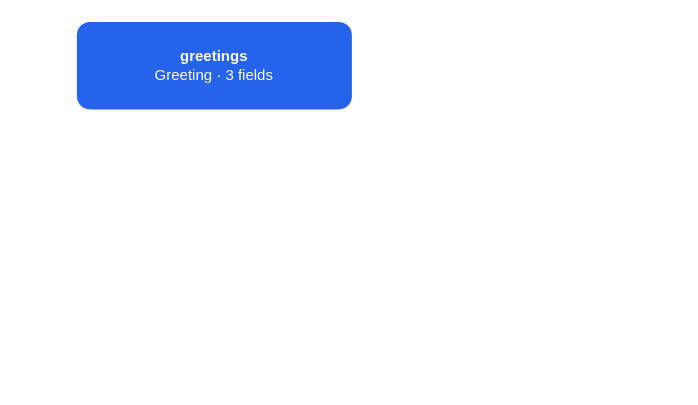
This is spec/erd/generated/erd.drawio from einmalik1/helloworld, a draw.io file, before an edit. Source tidied: cells renumbered, new cells numbered last; positions are measured from the earlier drawing's top-left corner, leaving out a move shared by most shapes. Both pictures are drawn from the tidied source at 125%, with x=0, y=0 at pixel (76, 21).
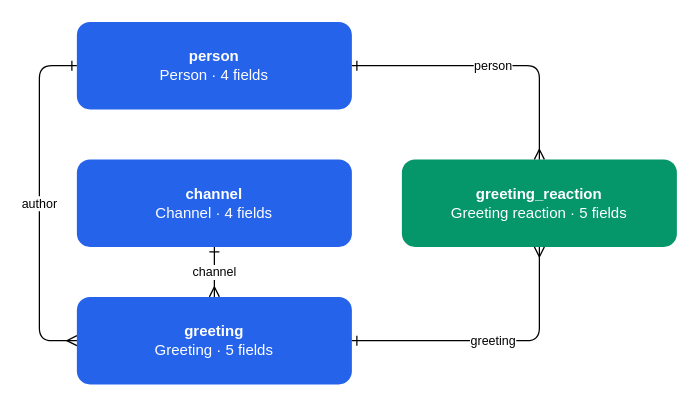
The same page after the edit.

The edit, as a diff of the source:
```diff
@@
 <mxGraphModel>
   <root>
     <mxCell id="0" />
     <mxCell id="1" parent="0" />
-    <mxCell id="2" value="&lt;b&gt;greetings&lt;/b&gt;&lt;br&gt;Greeting · 3 fields" style="rounded=1;whiteSpace=wrap;html=1;fillColor=#2563eb;fontColor=#ffffff;strokeColor=none;" parent="1" vertex="1">
+    <mxCell id="2" value="&lt;b&gt;person&lt;/b&gt;&lt;br&gt;Person · 4 fields" style="rounded=1;whiteSpace=wrap;html=1;fillColor=#2563eb;fontColor=#ffffff;strokeColor=none;" parent="1" vertex="1">
       <mxGeometry width="220" height="70" as="geometry" />
     </mxCell>
+    <mxCell id="3" value="&lt;b&gt;channel&lt;/b&gt;&lt;br&gt;Channel · 4 fields" style="rounded=1;whiteSpace=wrap;html=1;fillColor=#2563eb;fontColor=#ffffff;strokeColor=none;" parent="1" vertex="1">
+      <mxGeometry y="110" width="220" height="70" as="geometry" />
+    </mxCell>
+    <mxCell id="4" value="&lt;b&gt;greeting&lt;/b&gt;&lt;br&gt;Greeting · 5 fields" style="rounded=1;whiteSpace=wrap;html=1;fillColor=#2563eb;fontColor=#ffffff;strokeColor=none;" parent="1" vertex="1">
+      <mxGeometry y="220" width="220" height="70" as="geometry" />
+    </mxCell>
+    <mxCell id="5" value="&lt;b&gt;greeting_reaction&lt;/b&gt;&lt;br&gt;Greeting reaction · 5 fields" style="rounded=1;whiteSpace=wrap;html=1;fillColor=#059669;fontColor=#ffffff;strokeColor=none;" parent="1" vertex="1">
+      <mxGeometry x="260" y="110" width="220" height="70" as="geometry" />
+    </mxCell>
+    <mxCell id="6" value="author" style="edgeStyle=orthogonalEdgeStyle;rounded=1;html=1;fontSize=10;labelBackgroundColor=#ffffff;startArrow=ERone;startFill=0;endArrow=ERmany;endFill=0;" parent="1" edge="1" source="2" target="4">
+      <mxGeometry relative="1" as="geometry">
+        <Array as="points">
+          <mxPoint x="-30" y="35" />
+          <mxPoint x="-30" y="255" />
+        </Array>
+      </mxGeometry>
+    </mxCell>
+    <mxCell id="7" value="channel" style="edgeStyle=orthogonalEdgeStyle;rounded=1;html=1;fontSize=10;labelBackgroundColor=#ffffff;startArrow=ERone;startFill=0;endArrow=ERmany;endFill=0;" parent="1" edge="1" source="3" target="4">
+      <mxGeometry relative="1" as="geometry" />
+    </mxCell>
+    <mxCell id="8" value="greeting" style="edgeStyle=orthogonalEdgeStyle;rounded=1;html=1;fontSize=10;labelBackgroundColor=#ffffff;startArrow=ERone;startFill=0;endArrow=ERmany;endFill=0;" parent="1" edge="1" source="4" target="5">
+      <mxGeometry relative="1" as="geometry" />
+    </mxCell>
+    <mxCell id="9" value="person" style="edgeStyle=orthogonalEdgeStyle;rounded=1;html=1;fontSize=10;labelBackgroundColor=#ffffff;startArrow=ERone;startFill=0;endArrow=ERmany;endFill=0;" parent="1" edge="1" source="2" target="5">
+      <mxGeometry relative="1" as="geometry" />
+    </mxCell>
   </root>
 </mxGraphModel>
```
